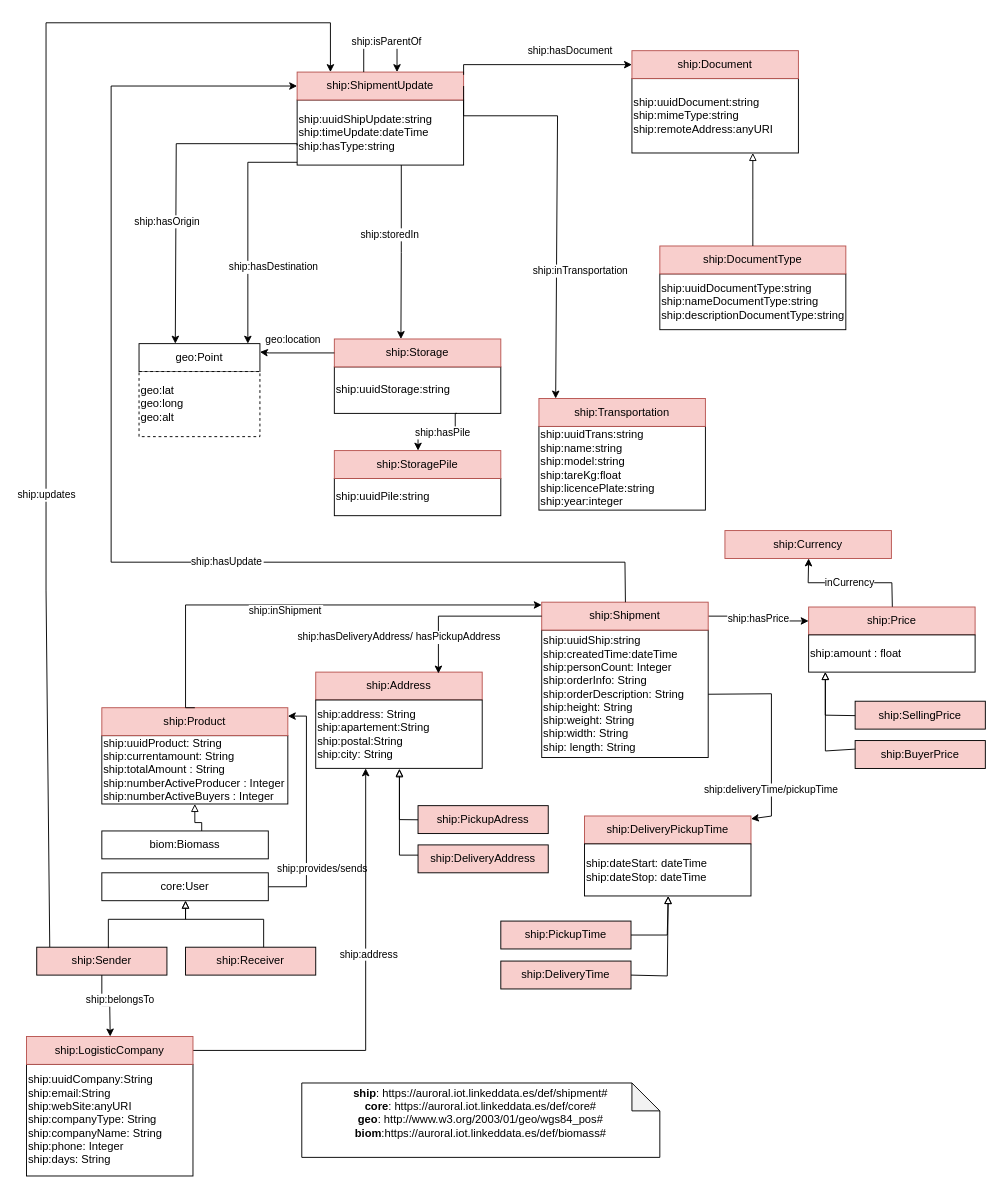
oeg-upm/auroral-shipmentBiomass-ontology keeps this draw.io diagram as diagrams/shipment.drawio. Above is the earlier version. Source tidied: cells renumbered, new cells numbered last; positions are measured from the earlier drawing's top-left corner, leaving out a move shared by most shapes. Both pictures are drawn from the tidied source at 93%, with x=0, y=0 at pixel (26, 22).
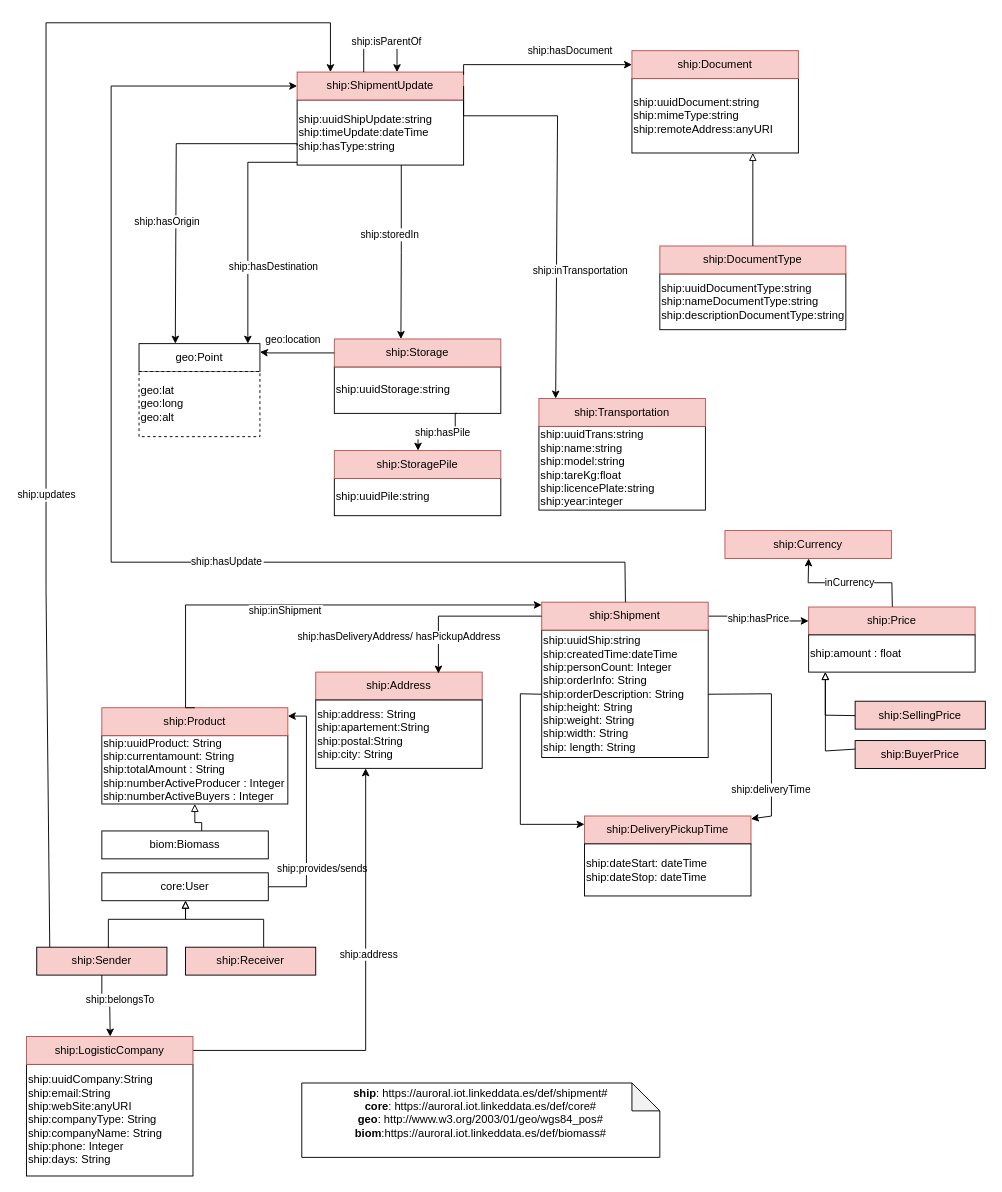
The same page after the edit.

The change refers to these unchanged cells:
```xml
<mxCell id="2" value="ship:uuidShip:string&lt;br&gt;ship:createdTime:dateTime&lt;br&gt;ship:personCount: Integer&lt;br&gt;ship:orderInfo: String&lt;br&gt;ship:orderDescription: String&lt;br&gt;ship:height: String&lt;br&gt;ship:weight: String&lt;br&gt;ship:width: String&lt;br&gt;ship: length: String" style="rounded=0;whiteSpace=wrap;html=1;snapToPoint=1;points=[[0.1,0],[0.2,0],[0.3,0],[0.4,0],[0.5,0],[0.6,0],[0.7,0],[0.8,0],[0.9,0],[0,0.1],[0,0.3],[0,0.5],[0,0.7],[0,0.9],[0.1,1],[0.2,1],[0.3,1],[0.4,1],[0.5,1],[0.6,1],[0.7,1],[0.8,1],[0.9,1],[1,0.1],[1,0.3],[1,0.5],[1,0.7],[1,0.9]];align=left;" parent="1" vertex="1">
  <mxGeometry x="554" y="653" width="179" height="137" as="geometry" />
</mxCell>
<mxCell id="47" value="ship:address: String&lt;br&gt;ship:apartement:String&lt;br&gt;ship:postal:String&lt;br&gt;ship:city: String" style="rounded=0;whiteSpace=wrap;html=1;snapToPoint=1;points=[[0.1,0],[0.2,0],[0.3,0],[0.4,0],[0.5,0],[0.6,0],[0.7,0],[0.8,0],[0.9,0],[0,0.1],[0,0.3],[0,0.5],[0,0.7],[0,0.9],[0.1,1],[0.2,1],[0.3,1],[0.4,1],[0.5,1],[0.6,1],[0.7,1],[0.8,1],[0.9,1],[1,0.1],[1,0.3],[1,0.5],[1,0.7],[1,0.9]];align=left;" parent="1" vertex="1">
  <mxGeometry x="311" y="728.2" width="179" height="73.5" as="geometry" />
</mxCell>
<mxCell id="54" value="ship:DeliveryPickupTime" style="rounded=0;whiteSpace=wrap;html=1;snapToPoint=1;points=[[0.1,0],[0.2,0],[0.3,0],[0.4,0],[0.5,0],[0.6,0],[0.7,0],[0.8,0],[0.9,0],[0,0.1],[0,0.3],[0,0.5],[0,0.7],[0,0.9],[0.1,1],[0.2,1],[0.3,1],[0.4,1],[0.5,1],[0.6,1],[0.7,1],[0.8,1],[0.9,1],[1,0.1],[1,0.3],[1,0.5],[1,0.7],[1,0.9]];fillColor=#F8CECC;strokeColor=#b85450;" parent="1" vertex="1">
  <mxGeometry x="600" y="852.9" width="179" height="30" as="geometry" />
</mxCell>
<mxCell id="56" value="ship:dateStart: dateTime&lt;br&gt;ship:dateStop: dateTime" style="rounded=0;whiteSpace=wrap;html=1;snapToPoint=1;points=[[0.1,0],[0.2,0],[0.3,0],[0.4,0],[0.5,0],[0.6,0],[0.7,0],[0.8,0],[0.9,0],[0,0.1],[0,0.3],[0,0.5],[0,0.7],[0,0.9],[0.1,1],[0.2,1],[0.3,1],[0.4,1],[0.5,1],[0.6,1],[0.7,1],[0.8,1],[0.9,1],[1,0.1],[1,0.3],[1,0.5],[1,0.7],[1,0.9]];align=left;" parent="1" vertex="1">
  <mxGeometry x="600" y="882.9" width="179" height="56" as="geometry" />
</mxCell>
```

The edit, as a diff of the source:
```diff
@@
+    <mxCell id="70" style="edgeStyle=orthogonalEdgeStyle;rounded=0;jettySize=auto;html=1;entryX=0;entryY=0.3;entryDx=0;entryDy=0;" parent="1" edge="1" source="2" target="54">
+      <mxGeometry relative="1" as="geometry">
+        <Array as="points">
+          <mxPoint x="531" y="722" />
+          <mxPoint x="531" y="862" />
+        </Array>
+      </mxGeometry>
+    </mxCell>
@@
-    <mxCell id="48" value="ship:PickupAdress" style="rounded=0;whiteSpace=wrap;html=1;snapToPoint=1;points=[[0.1,0],[0.2,0],[0.3,0],[0.4,0],[0.5,0],[0.6,0],[0.7,0],[0.8,0],[0.9,0],[0,0.1],[0,0.3],[0,0.5],[0,0.7],[0,0.9],[0.1,1],[0.2,1],[0.3,1],[0.4,1],[0.5,1],[0.6,1],[0.7,1],[0.8,1],[0.9,1],[1,0.1],[1,0.3],[1,0.5],[1,0.7],[1,0.9]];fillColor=#F8CECC;" parent="1" vertex="1">
-      <mxGeometry x="421" y="841.8" width="140" height="30" as="geometry" />
-    </mxCell>
-    <mxCell id="49" value="ship:DeliveryAddress" style="rounded=0;whiteSpace=wrap;html=1;fillColor=#F8CECC;" parent="1" vertex="1">
-      <mxGeometry x="421" y="884" width="140" height="30" as="geometry" />
-    </mxCell>
-    <mxCell id="50" style="edgeStyle=orthogonalEdgeStyle;rounded=0;orthogonalLoop=1;jettySize=auto;html=1;fontSize=11;endArrow=block;endFill=0;" parent="1" edge="1">
-      <mxGeometry relative="1" as="geometry">
-        <mxPoint x="421" y="895" as="sourcePoint" />
-        <mxPoint x="401" y="802.8" as="targetPoint" />
-        <Array as="points">
-          <mxPoint x="401" y="895" />
-        </Array>
-      </mxGeometry>
-    </mxCell>
@@
-    <mxCell id="53" style="edgeStyle=orthogonalEdgeStyle;rounded=0;jettySize=auto;html=1;fontSize=11;endArrow=block;endFill=0;" parent="1" edge="1" source="48" target="47">
-      <mxGeometry relative="1" as="geometry">
-        <Array as="points">
-          <mxPoint x="401" y="857" />
-        </Array>
-      </mxGeometry>
-    </mxCell>
@@
-    <mxCell id="55" value="ship:deliveryTime/pickupTime" style="edgeStyle=orthogonalEdgeStyle;rounded=0;jettySize=auto;fontSize=11;endArrow=classic;endFill=1;" parent="1" edge="1" source="2" target="54">
+    <mxCell id="55" value="ship:deliveryTime" style="edgeStyle=orthogonalEdgeStyle;rounded=0;jettySize=auto;fontSize=11;endArrow=classic;endFill=1;" parent="1" edge="1" source="2" target="54">
       <mxGeometry x="0.54" relative="1" as="geometry">
         <Array as="points">
-          <mxPoint x="801" y="721" />
+          <mxPoint x="801" y="722" />
           <mxPoint x="801" y="853" />
         </Array>
       </mxGeometry>
     </mxCell>
@@
-    <mxCell id="57" value="ship:PickupTime" style="rounded=0;whiteSpace=wrap;html=1;snapToPoint=1;points=[[0.1,0],[0.2,0],[0.3,0],[0.4,0],[0.5,0],[0.6,0],[0.7,0],[0.8,0],[0.9,0],[0,0.1],[0,0.3],[0,0.5],[0,0.7],[0,0.9],[0.1,1],[0.2,1],[0.3,1],[0.4,1],[0.5,1],[0.6,1],[0.7,1],[0.8,1],[0.9,1],[1,0.1],[1,0.3],[1,0.5],[1,0.7],[1,0.9]];fillColor=#F8CECC;" parent="1" vertex="1">
-      <mxGeometry x="510" y="965.9" width="140" height="30" as="geometry" />
-    </mxCell>
-    <mxCell id="58" value="ship:DeliveryTime" style="rounded=0;whiteSpace=wrap;html=1;snapToPoint=1;points=[[0.1,0],[0.2,0],[0.3,0],[0.4,0],[0.5,0],[0.6,0],[0.7,0],[0.8,0],[0.9,0],[0,0.1],[0,0.3],[0,0.5],[0,0.7],[0,0.9],[0.1,1],[0.2,1],[0.3,1],[0.4,1],[0.5,1],[0.6,1],[0.7,1],[0.8,1],[0.9,1],[1,0.1],[1,0.3],[1,0.5],[1,0.7],[1,0.9]];fillColor=#F8CECC;" parent="1" vertex="1">
-      <mxGeometry x="510" y="1008.9" width="140" height="30" as="geometry" />
-    </mxCell>
-    <mxCell id="59" style="edgeStyle=orthogonalEdgeStyle;rounded=0;jettySize=auto;html=1;fontSize=11;endArrow=block;endFill=0;exitX=1;exitY=0.5;exitDx=0;exitDy=0;" parent="1" edge="1" source="57" target="56">
-      <mxGeometry relative="1" as="geometry">
-        <Array as="points">
-          <mxPoint x="689" y="980.9" />
-        </Array>
-      </mxGeometry>
-    </mxCell>
-    <mxCell id="60" style="edgeStyle=orthogonalEdgeStyle;rounded=0;jettySize=auto;html=1;fontSize=11;endArrow=block;endFill=0;" parent="1" edge="1" source="58" target="56">
-      <mxGeometry relative="1" as="geometry">
-        <Array as="points">
-          <mxPoint x="689" y="1024.9" />
-        </Array>
-      </mxGeometry>
-    </mxCell>
```
